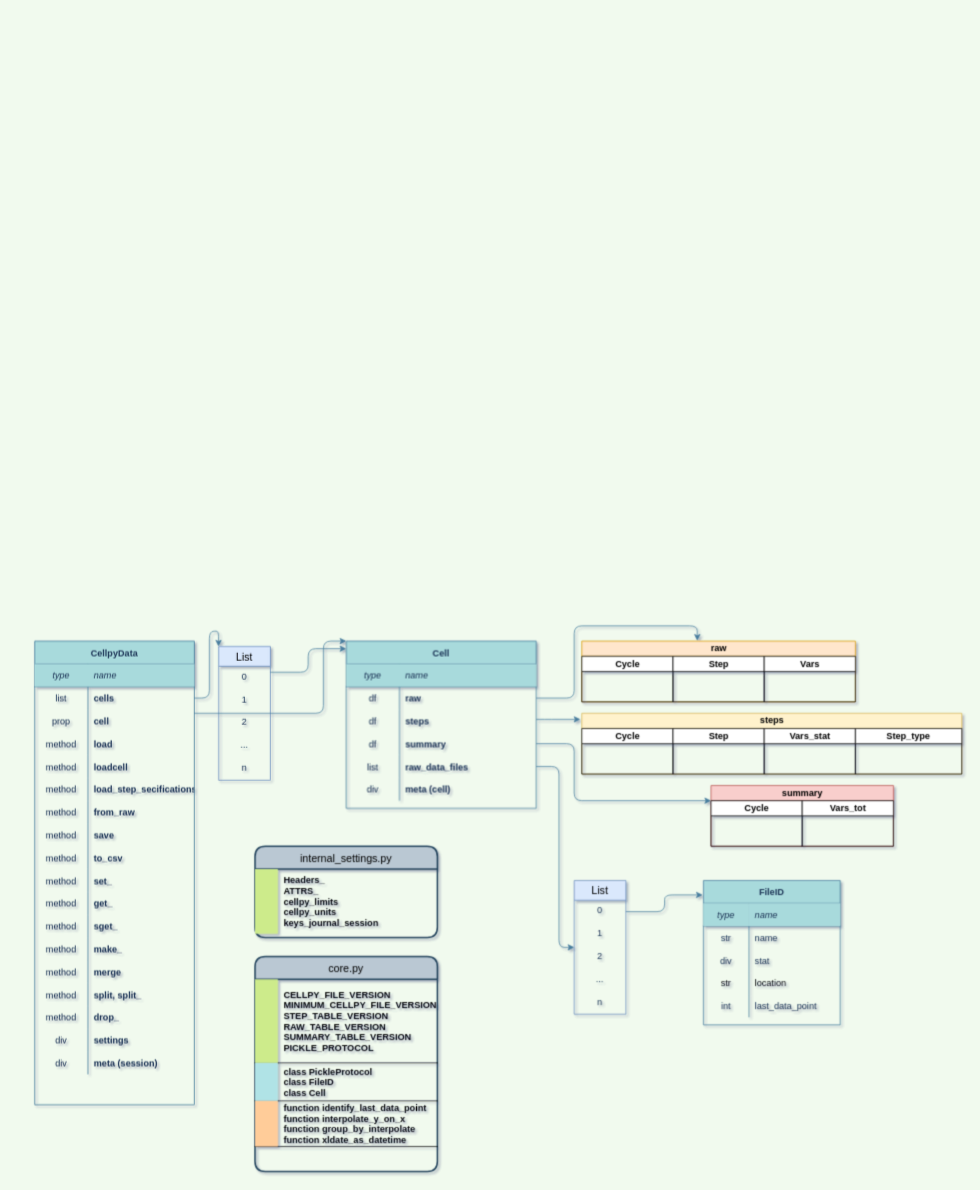
Earlier version of the draw.io diagram cellpy_utils/cellpy-cellpydata-structure.drawio (jepegit/cellpy_utilities). Source tidied: cells renumbered, new cells numbered last; positions are measured from the earlier drawing's top-left corner, leaving out a move shared by most shapes. Both pictures are drawn from the tidied source at 76%, with x=0, y=0 at pixel (34, 625).
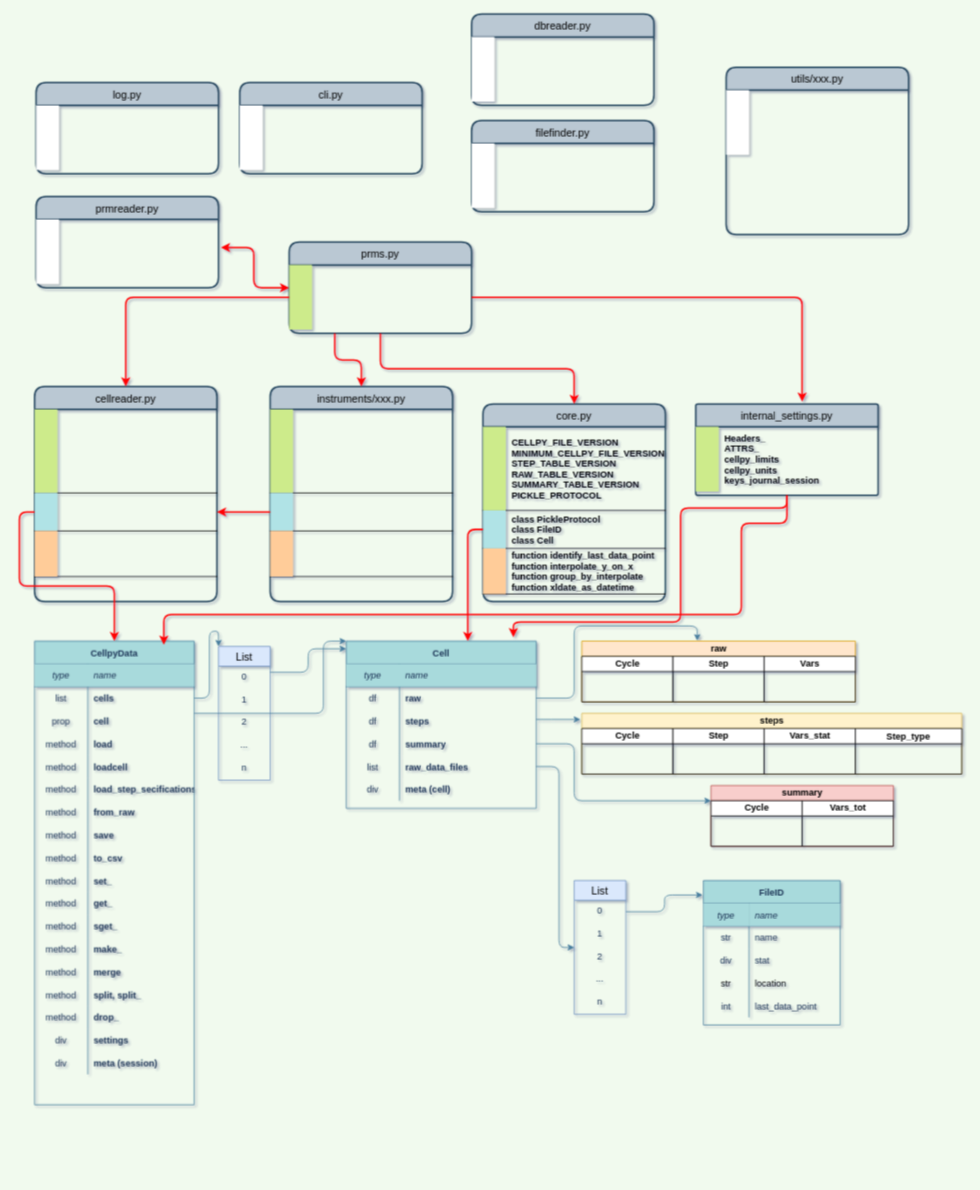
The same page after the edit.

Unchanged cells that the change refers to:
```xml
<mxCell id="2" value="CellpyData" style="shape=table;startSize=30;childLayout=tableLayout;rowLines=0;fontStyle=1;align=center;fillColor=#A8DADC;strokeColor=#457B9D;fontColor=#1D3557;" parent="1" vertex="1">
  <mxGeometry y="20" width="210" height="610" as="geometry" />
</mxCell>
<mxCell id="58" value="Cell" style="shape=table;startSize=30;childLayout=tableLayout;rowLines=0;fontStyle=1;align=center;fillColor=#A8DADC;strokeColor=#457B9D;fontColor=#1D3557;" parent="57" vertex="1">
  <mxGeometry width="250" height="220" as="geometry" />
</mxCell>
<mxCell id="126" style="shape=table;startSize=0;childLayout=tableLayout;rowLines=0;fontStyle=0;align=center;strokeColor=none;fillColor=none;rounded=0;sketch=0;fontColor=#1D3557;" parent="125" vertex="1">
  <mxGeometry y="30" width="240" height="90" as="geometry" />
</mxCell>
<mxCell id="135" style="shape=partialRectangle;fillColor=none;top=0;left=0;bottom=1;right=0;points=[[0,0.5],[1,0.5]];portConstraint=eastwest;" parent="131" vertex="1">
  <mxGeometry y="110" width="240" height="50" as="geometry" />
</mxCell>
```

What changed in the source:
```diff
@@
-    <mxCell id="125" value="internal_settings.py" style="swimlane;horizontal=1;startSize=30;rounded=1;fontSize=14;fontStyle=0;strokeWidth=2;shadow=0;dashed=0;align=center;sketch=0;fillColor=#bac8d3;strokeColor=#23445d;" parent="1" vertex="1">
-      <mxGeometry x="290" y="290" width="240" height="120" as="geometry" />
+    <mxCell id="125" value="internal_settings.py" style="swimlane;horizontal=1;startSize=30;rounded=1;fontSize=14;fontStyle=0;strokeWidth=2;shadow=0;dashed=0;align=center;sketch=0;fillColor=#bac8d3;strokeColor=#23445d;arcSize=3;" parent="1" vertex="1">
+      <mxGeometry x="870" y="-292" width="240" height="120" as="geometry" />
     </mxCell>
@@
     <mxCell id="130" value="core.py" style="swimlane;horizontal=1;startSize=30;rounded=1;fontSize=14;fontStyle=0;strokeWidth=2;shadow=0;dashed=0;align=center;sketch=0;fillColor=#bac8d3;strokeColor=#23445d;" parent="1" vertex="1">
-      <mxGeometry x="290" y="435" width="240" height="283" as="geometry" />
+      <mxGeometry x="590" y="-292" width="240" height="260" as="geometry" />
     </mxCell>
     <mxCell id="131" style="shape=table;startSize=0;childLayout=tableLayout;rowLines=0;fontStyle=0;align=center;strokeColor=none;fillColor=none;rounded=0;sketch=0;fontColor=#1D3557;" parent="130" vertex="1">
-      <mxGeometry y="30" width="240" height="253" as="geometry" />
+      <mxGeometry y="30" width="240" height="230" as="geometry" />
     </mxCell>
@@
+    <mxCell id="141" style="edgeStyle=orthogonalEdgeStyle;curved=0;rounded=1;sketch=0;jettySize=auto;html=1;fillColor=#A8DADC;fontColor=#1D3557;strokeWidth=2;strokeColor=#FF0000;" parent="1" edge="1" source="135" target="58">
+      <mxGeometry relative="1" as="geometry">
+        <Array as="points">
+          <mxPoint x="570" y="-127" />
+        </Array>
+      </mxGeometry>
+    </mxCell>
+    <mxCell id="142" value="cellreader.py" style="swimlane;horizontal=1;startSize=30;rounded=1;fontSize=14;fontStyle=0;strokeWidth=2;shadow=0;dashed=0;align=center;sketch=0;fillColor=#bac8d3;strokeColor=#23445d;" parent="1" vertex="1">
+      <mxGeometry y="-315" width="240" height="283" as="geometry" />
+    </mxCell>
+    <mxCell id="143" style="shape=table;startSize=0;childLayout=tableLayout;rowLines=0;fontStyle=0;align=center;strokeColor=none;fillColor=none;rounded=0;sketch=0;fontColor=#1D3557;" parent="142" vertex="1">
+      <mxGeometry y="30" width="240" height="253" as="geometry" />
+    </mxCell>
+    <mxCell id="144" style="shape=partialRectangle;fillColor=none;top=0;left=0;bottom=1;right=0;" parent="143" vertex="1">
+      <mxGeometry width="240" height="110" as="geometry" />
+    </mxCell>
+    <mxCell id="145" style="shape=partialRectangle;fillColor=#cdeb8b;top=0;left=0;bottom=0;right=0;fontStyle=1;overflow=hidden;strokeColor=#36393d;" parent="144" vertex="1">
+      <mxGeometry width="30" height="110" as="geometry" />
+    </mxCell>
+    <mxCell id="146" style="shape=partialRectangle;fillColor=none;top=0;left=0;bottom=0;right=0;align=left;spacingLeft=6;fontStyle=1;overflow=hidden;" parent="144" vertex="1">
+      <mxGeometry x="30" width="210" height="110" as="geometry" />
+    </mxCell>
+    <mxCell id="147" style="shape=partialRectangle;fillColor=none;top=0;left=0;bottom=1;right=0;points=[[0,0.5],[1,0.5]];portConstraint=eastwest;" parent="143" vertex="1">
+      <mxGeometry y="110" width="240" height="50" as="geometry" />
+    </mxCell>
+    <mxCell id="148" style="shape=partialRectangle;fillColor=#b0e3e6;top=0;left=0;bottom=0;right=0;fontStyle=1;overflow=hidden;strokeColor=#0e8088;" parent="147" vertex="1">
+      <mxGeometry width="30" height="50" as="geometry" />
+    </mxCell>
+    <mxCell id="149" style="shape=partialRectangle;fillColor=none;top=0;left=0;bottom=0;right=0;align=left;spacingLeft=6;fontStyle=1;overflow=hidden;" parent="147" vertex="1">
+      <mxGeometry x="30" width="210" height="50" as="geometry" />
+    </mxCell>
+    <mxCell id="150" style="shape=partialRectangle;fillColor=none;top=0;left=0;bottom=1;right=0;" parent="143" vertex="1">
+      <mxGeometry y="160" width="240" height="60" as="geometry" />
+    </mxCell>
+    <mxCell id="151" style="shape=partialRectangle;fillColor=#ffcc99;top=0;left=0;bottom=0;right=0;fontStyle=1;overflow=hidden;strokeColor=#36393d;" parent="150" vertex="1">
+      <mxGeometry width="30" height="60" as="geometry" />
+    </mxCell>
+    <mxCell id="152" style="shape=partialRectangle;fillColor=none;top=0;left=0;bottom=0;right=0;align=left;spacingLeft=6;fontStyle=1;overflow=hidden;" parent="150" vertex="1">
+      <mxGeometry x="30" width="210" height="60" as="geometry" />
+    </mxCell>
+    <mxCell id="153" style="edgeStyle=orthogonalEdgeStyle;curved=0;rounded=1;sketch=0;jettySize=auto;html=1;entryX=0.81;entryY=0.008;entryDx=0;entryDy=0;entryPerimeter=0;strokeColor=#FF0000;strokeWidth=2;fillColor=#A8DADC;fontColor=#1D3557;exitX=0.5;exitY=1;exitDx=0;exitDy=0;" parent="1" edge="1" source="126" target="2">
+      <mxGeometry relative="1" as="geometry">
+        <Array as="points">
+          <mxPoint x="990" y="-135" />
+          <mxPoint x="930" y="-135" />
+          <mxPoint x="930" y="-15" />
+          <mxPoint x="170" y="-15" />
+        </Array>
+      </mxGeometry>
+    </mxCell>
+    <mxCell id="154" style="edgeStyle=orthogonalEdgeStyle;curved=0;rounded=1;sketch=0;jettySize=auto;html=1;exitX=0.5;exitY=1;exitDx=0;exitDy=0;strokeColor=#FF0000;strokeWidth=2;fillColor=#A8DADC;fontColor=#1D3557;" parent="1" edge="1" source="126">
+      <mxGeometry relative="1" as="geometry">
+        <mxPoint x="630" y="15" as="targetPoint" />
+        <Array as="points">
+          <mxPoint x="990" y="-155" />
+          <mxPoint x="850" y="-155" />
+          <mxPoint x="850" y="-5" />
+          <mxPoint x="630" y="-5" />
+        </Array>
+      </mxGeometry>
+    </mxCell>
+    <mxCell id="155" style="edgeStyle=orthogonalEdgeStyle;curved=0;rounded=1;sketch=0;jettySize=auto;html=1;entryX=1.013;entryY=0.435;entryDx=0;entryDy=0;entryPerimeter=0;strokeColor=#FF0000;strokeWidth=2;fillColor=#A8DADC;fontColor=#1D3557;startArrow=classic;startFill=1;" parent="1" edge="1" source="156" target="180">
+      <mxGeometry relative="1" as="geometry" />
+    </mxCell>
+    <mxCell id="156" value="prms.py" style="swimlane;horizontal=1;startSize=30;rounded=1;fontSize=14;fontStyle=0;strokeWidth=2;shadow=0;dashed=0;align=center;sketch=0;fillColor=#bac8d3;strokeColor=#23445d;" parent="1" vertex="1">
+      <mxGeometry x="335" y="-505" width="240" height="120" as="geometry" />
+    </mxCell>
+    <mxCell id="157" style="shape=table;startSize=0;childLayout=tableLayout;rowLines=0;fontStyle=0;align=center;strokeColor=none;fillColor=none;rounded=0;sketch=0;fontColor=#1D3557;" parent="156" vertex="1">
+      <mxGeometry y="30" width="240" height="90" as="geometry" />
+    </mxCell>
+    <mxCell id="158" style="shape=partialRectangle;fillColor=none;top=0;left=0;bottom=0;right=0;points=[[0,0.5],[1,0.5]];portConstraint=eastwest;" parent="157" vertex="1">
+      <mxGeometry width="240" height="85" as="geometry" />
+    </mxCell>
+    <mxCell id="159" style="shape=partialRectangle;fillColor=#cdeb8b;top=0;left=0;bottom=0;right=0;fontStyle=0;overflow=hidden;strokeColor=#36393d;" parent="158" vertex="1">
+      <mxGeometry width="30" height="85" as="geometry" />
+    </mxCell>
+    <mxCell id="160" style="shape=partialRectangle;fillColor=none;top=0;left=0;bottom=0;right=0;align=left;spacingLeft=6;fontStyle=1;overflow=hidden;" parent="158" vertex="1">
+      <mxGeometry x="30" width="210" height="85" as="geometry" />
+    </mxCell>
+    <mxCell id="161" style="edgeStyle=orthogonalEdgeStyle;curved=0;rounded=1;sketch=0;jettySize=auto;html=1;entryX=0.5;entryY=0;entryDx=0;entryDy=0;strokeColor=#FF0000;strokeWidth=2;fillColor=#A8DADC;fontColor=#1D3557;" parent="1" edge="1" source="158" target="142">
+      <mxGeometry relative="1" as="geometry" />
+    </mxCell>
+    <mxCell id="162" style="edgeStyle=orthogonalEdgeStyle;curved=0;rounded=1;sketch=0;jettySize=auto;html=1;exitX=0.5;exitY=1;exitDx=0;exitDy=0;entryX=0.5;entryY=0;entryDx=0;entryDy=0;strokeColor=#FF0000;strokeWidth=2;fillColor=#A8DADC;fontColor=#1D3557;" parent="1" edge="1" source="157" target="130">
+      <mxGeometry relative="1" as="geometry" />
+    </mxCell>
+    <mxCell id="163" style="edgeStyle=orthogonalEdgeStyle;curved=0;rounded=1;sketch=0;jettySize=auto;html=1;exitX=1;exitY=0.5;exitDx=0;exitDy=0;entryX=0.583;entryY=-0.025;entryDx=0;entryDy=0;entryPerimeter=0;strokeColor=#FF0000;strokeWidth=2;fillColor=#A8DADC;fontColor=#1D3557;" parent="1" edge="1" source="158" target="125">
+      <mxGeometry relative="1" as="geometry" />
+    </mxCell>
+    <mxCell id="164" value="instruments/xxx.py" style="swimlane;horizontal=1;startSize=30;rounded=1;fontSize=14;fontStyle=0;strokeWidth=2;shadow=0;dashed=0;align=center;sketch=0;fillColor=#bac8d3;strokeColor=#23445d;" parent="1" vertex="1">
+      <mxGeometry x="310" y="-315" width="240" height="283" as="geometry" />
+    </mxCell>
+    <mxCell id="165" style="shape=table;startSize=0;childLayout=tableLayout;rowLines=0;fontStyle=0;align=center;strokeColor=none;fillColor=none;rounded=0;sketch=0;fontColor=#1D3557;" parent="164" vertex="1">
+      <mxGeometry y="30" width="240" height="253" as="geometry" />
+    </mxCell>
+    <mxCell id="166" style="shape=partialRectangle;fillColor=none;top=0;left=0;bottom=1;right=0;" parent="165" vertex="1">
+      <mxGeometry width="240" height="110" as="geometry" />
+    </mxCell>
+    <mxCell id="167" style="shape=partialRectangle;fillColor=#cdeb8b;top=0;left=0;bottom=0;right=0;fontStyle=1;overflow=hidden;strokeColor=#36393d;" parent="166" vertex="1">
+      <mxGeometry width="30" height="110" as="geometry" />
+    </mxCell>
+    <mxCell id="168" style="shape=partialRectangle;fillColor=none;top=0;left=0;bottom=0;right=0;align=left;spacingLeft=6;fontStyle=1;overflow=hidden;" parent="166" vertex="1">
+      <mxGeometry x="30" width="210" height="110" as="geometry" />
+    </mxCell>
+    <mxCell id="169" style="shape=partialRectangle;fillColor=none;top=0;left=0;bottom=1;right=0;points=[[0,0.5],[1,0.5]];portConstraint=eastwest;" parent="165" vertex="1">
+      <mxGeometry y="110" width="240" height="50" as="geometry" />
+    </mxCell>
+    <mxCell id="170" style="shape=partialRectangle;fillColor=#b0e3e6;top=0;left=0;bottom=0;right=0;fontStyle=1;overflow=hidden;strokeColor=#0e8088;" parent="169" vertex="1">
+      <mxGeometry width="30" height="50" as="geometry" />
+    </mxCell>
+    <mxCell id="171" style="shape=partialRectangle;fillColor=none;top=0;left=0;bottom=0;right=0;align=left;spacingLeft=6;fontStyle=1;overflow=hidden;" parent="169" vertex="1">
+      <mxGeometry x="30" width="210" height="50" as="geometry" />
+    </mxCell>
+    <mxCell id="172" style="shape=partialRectangle;fillColor=none;top=0;left=0;bottom=1;right=0;" parent="165" vertex="1">
+      <mxGeometry y="160" width="240" height="60" as="geometry" />
+    </mxCell>
+    <mxCell id="173" style="shape=partialRectangle;fillColor=#ffcc99;top=0;left=0;bottom=0;right=0;fontStyle=1;overflow=hidden;strokeColor=#36393d;" parent="172" vertex="1">
+      <mxGeometry width="30" height="60" as="geometry" />
+    </mxCell>
+    <mxCell id="174" style="shape=partialRectangle;fillColor=none;top=0;left=0;bottom=0;right=0;align=left;spacingLeft=6;fontStyle=1;overflow=hidden;" parent="172" vertex="1">
+      <mxGeometry x="30" width="210" height="60" as="geometry" />
+    </mxCell>
+    <mxCell id="175" style="edgeStyle=orthogonalEdgeStyle;curved=0;rounded=1;sketch=0;jettySize=auto;html=1;exitX=0.25;exitY=1;exitDx=0;exitDy=0;entryX=0.5;entryY=0;entryDx=0;entryDy=0;strokeColor=#FF0000;strokeWidth=2;fillColor=#A8DADC;fontColor=#1D3557;" parent="1" edge="1" source="157" target="164">
+      <mxGeometry relative="1" as="geometry" />
+    </mxCell>
+    <mxCell id="176" style="edgeStyle=orthogonalEdgeStyle;curved=0;rounded=1;sketch=0;jettySize=auto;html=1;entryX=1;entryY=0.5;entryDx=0;entryDy=0;strokeColor=#FF0000;strokeWidth=2;fillColor=#A8DADC;fontColor=#1D3557;" parent="1" edge="1" source="169" target="147">
+      <mxGeometry relative="1" as="geometry" />
+    </mxCell>
+    <mxCell id="177" style="edgeStyle=orthogonalEdgeStyle;curved=0;rounded=1;sketch=0;jettySize=auto;html=1;strokeColor=#FF0000;strokeWidth=2;fillColor=#A8DADC;fontColor=#1D3557;" parent="1" edge="1" source="147" target="2">
+      <mxGeometry relative="1" as="geometry" />
+    </mxCell>
+    <mxCell id="178" value="prmreader.py" style="swimlane;horizontal=1;startSize=30;rounded=1;fontSize=14;fontStyle=0;strokeWidth=2;shadow=0;dashed=0;align=center;sketch=0;fillColor=#bac8d3;strokeColor=#23445d;" parent="1" vertex="1">
+      <mxGeometry x="2" y="-565" width="240" height="120" as="geometry" />
+    </mxCell>
+    <mxCell id="179" style="shape=table;startSize=0;childLayout=tableLayout;rowLines=0;fontStyle=0;align=center;strokeColor=none;fillColor=none;rounded=0;sketch=0;fontColor=#1D3557;" parent="178" vertex="1">
+      <mxGeometry y="30" width="240" height="90" as="geometry" />
+    </mxCell>
+    <mxCell id="180" style="shape=partialRectangle;fillColor=none;top=0;left=0;bottom=0;right=0;points=[[0,0.5],[1,0.5]];portConstraint=eastwest;" parent="179" vertex="1">
+      <mxGeometry width="240" height="85" as="geometry" />
+    </mxCell>
+    <mxCell id="181" style="shape=partialRectangle;top=0;left=0;bottom=0;right=0;fontStyle=0;overflow=hidden;" parent="180" vertex="1">
+      <mxGeometry width="30" height="85" as="geometry" />
+    </mxCell>
+    <mxCell id="182" style="shape=partialRectangle;fillColor=none;top=0;left=0;bottom=0;right=0;align=left;spacingLeft=6;fontStyle=1;overflow=hidden;" parent="180" vertex="1">
+      <mxGeometry x="30" width="210" height="85" as="geometry" />
+    </mxCell>
+    <mxCell id="183" value="log.py" style="swimlane;horizontal=1;startSize=30;rounded=1;fontSize=14;fontStyle=0;strokeWidth=2;shadow=0;dashed=0;align=center;sketch=0;fillColor=#bac8d3;strokeColor=#23445d;" parent="1" vertex="1">
+      <mxGeometry x="2" y="-715" width="240" height="120" as="geometry" />
+    </mxCell>
+    <mxCell id="184" style="shape=table;startSize=0;childLayout=tableLayout;rowLines=0;fontStyle=0;align=center;strokeColor=none;fillColor=none;rounded=0;sketch=0;fontColor=#1D3557;" parent="183" vertex="1">
+      <mxGeometry y="30" width="240" height="90" as="geometry" />
+    </mxCell>
+    <mxCell id="185" style="shape=partialRectangle;fillColor=none;top=0;left=0;bottom=0;right=0;" parent="184" vertex="1">
+      <mxGeometry width="240" height="85" as="geometry" />
+    </mxCell>
+    <mxCell id="186" style="shape=partialRectangle;top=0;left=0;bottom=0;right=0;fontStyle=0;overflow=hidden;" parent="185" vertex="1">
+      <mxGeometry width="30" height="85" as="geometry" />
+    </mxCell>
+    <mxCell id="187" style="shape=partialRectangle;fillColor=none;top=0;left=0;bottom=0;right=0;align=left;spacingLeft=6;fontStyle=1;overflow=hidden;" parent="185" vertex="1">
+      <mxGeometry x="30" width="210" height="85" as="geometry" />
+    </mxCell>
+    <mxCell id="188" value="cli.py" style="swimlane;horizontal=1;startSize=30;rounded=1;fontSize=14;fontStyle=0;strokeWidth=2;shadow=0;dashed=0;align=center;sketch=0;fillColor=#bac8d3;strokeColor=#23445d;" parent="1" vertex="1">
+      <mxGeometry x="270" y="-715" width="240" height="120" as="geometry" />
+    </mxCell>
+    <mxCell id="189" style="shape=table;startSize=0;childLayout=tableLayout;rowLines=0;fontStyle=0;align=center;strokeColor=none;fillColor=none;rounded=0;sketch=0;fontColor=#1D3557;" parent="188" vertex="1">
+      <mxGeometry y="30" width="240" height="90" as="geometry" />
+    </mxCell>
+    <mxCell id="190" style="shape=partialRectangle;fillColor=none;top=0;left=0;bottom=0;right=0;" parent="189" vertex="1">
+      <mxGeometry width="240" height="85" as="geometry" />
+    </mxCell>
+    <mxCell id="191" style="shape=partialRectangle;top=0;left=0;bottom=0;right=0;fontStyle=0;overflow=hidden;" parent="190" vertex="1">
+      <mxGeometry width="30" height="85" as="geometry" />
+    </mxCell>
+    <mxCell id="192" style="shape=partialRectangle;fillColor=none;top=0;left=0;bottom=0;right=0;align=left;spacingLeft=6;fontStyle=1;overflow=hidden;" parent="190" vertex="1">
+      <mxGeometry x="30" width="210" height="85" as="geometry" />
+    </mxCell>
+    <mxCell id="193" value="utils/xxx.py" style="swimlane;horizontal=1;startSize=30;rounded=1;fontSize=14;fontStyle=0;strokeWidth=2;shadow=0;dashed=0;align=center;sketch=0;fillColor=#bac8d3;strokeColor=#23445d;" parent="1" vertex="1">
+      <mxGeometry x="910" y="-735" width="240" height="220" as="geometry" />
+    </mxCell>
+    <mxCell id="194" style="shape=table;startSize=0;childLayout=tableLayout;rowLines=0;fontStyle=0;align=center;strokeColor=none;fillColor=none;rounded=0;sketch=0;fontColor=#1D3557;" parent="193" vertex="1">
+      <mxGeometry y="30" width="240" height="190" as="geometry" />
+    </mxCell>
+    <mxCell id="195" style="shape=partialRectangle;fillColor=none;top=0;left=0;bottom=0;right=0;" parent="194" vertex="1">
+      <mxGeometry width="240" height="85" as="geometry" />
+    </mxCell>
+    <mxCell id="196" style="shape=partialRectangle;top=0;left=0;bottom=0;right=0;fontStyle=0;overflow=hidden;" parent="195" vertex="1">
+      <mxGeometry width="30" height="85" as="geometry" />
+    </mxCell>
+    <mxCell id="197" style="shape=partialRectangle;fillColor=none;top=0;left=0;bottom=0;right=0;align=left;spacingLeft=6;fontStyle=1;overflow=hidden;" parent="195" vertex="1">
+      <mxGeometry x="30" width="210" height="85" as="geometry" />
+    </mxCell>
+    <mxCell id="198" value="dbreader.py" style="swimlane;horizontal=1;startSize=30;rounded=1;fontSize=14;fontStyle=0;strokeWidth=2;shadow=0;dashed=0;align=center;sketch=0;fillColor=#bac8d3;strokeColor=#23445d;" parent="1" vertex="1">
+      <mxGeometry x="575" y="-805" width="240" height="120" as="geometry" />
+    </mxCell>
+    <mxCell id="199" style="shape=table;startSize=0;childLayout=tableLayout;rowLines=0;fontStyle=0;align=center;strokeColor=none;fillColor=none;rounded=0;sketch=0;fontColor=#1D3557;" parent="198" vertex="1">
+      <mxGeometry y="30" width="240" height="90" as="geometry" />
+    </mxCell>
+    <mxCell id="200" style="shape=partialRectangle;fillColor=none;top=0;left=0;bottom=0;right=0;" parent="199" vertex="1">
+      <mxGeometry width="240" height="85" as="geometry" />
+    </mxCell>
+    <mxCell id="201" style="shape=partialRectangle;top=0;left=0;bottom=0;right=0;fontStyle=0;overflow=hidden;" parent="200" vertex="1">
+      <mxGeometry width="30" height="85" as="geometry" />
+    </mxCell>
+    <mxCell id="202" style="shape=partialRectangle;fillColor=none;top=0;left=0;bottom=0;right=0;align=left;spacingLeft=6;fontStyle=1;overflow=hidden;" parent="200" vertex="1">
+      <mxGeometry x="30" width="210" height="85" as="geometry" />
+    </mxCell>
+    <mxCell id="203" value="filefinder.py" style="swimlane;horizontal=1;startSize=30;rounded=1;fontSize=14;fontStyle=0;strokeWidth=2;shadow=0;dashed=0;align=center;sketch=0;fillColor=#bac8d3;strokeColor=#23445d;" parent="1" vertex="1">
+      <mxGeometry x="575" y="-665" width="240" height="120" as="geometry" />
+    </mxCell>
+    <mxCell id="204" style="shape=table;startSize=0;childLayout=tableLayout;rowLines=0;fontStyle=0;align=center;strokeColor=none;fillColor=none;rounded=0;sketch=0;fontColor=#1D3557;" parent="203" vertex="1">
+      <mxGeometry y="30" width="240" height="90" as="geometry" />
+    </mxCell>
+    <mxCell id="205" style="shape=partialRectangle;fillColor=none;top=0;left=0;bottom=0;right=0;" parent="204" vertex="1">
+      <mxGeometry width="240" height="85" as="geometry" />
+    </mxCell>
+    <mxCell id="206" style="shape=partialRectangle;top=0;left=0;bottom=0;right=0;fontStyle=0;overflow=hidden;" parent="205" vertex="1">
+      <mxGeometry width="30" height="85" as="geometry" />
+    </mxCell>
+    <mxCell id="207" style="shape=partialRectangle;fillColor=none;top=0;left=0;bottom=0;right=0;align=left;spacingLeft=6;fontStyle=1;overflow=hidden;" parent="205" vertex="1">
+      <mxGeometry x="30" width="210" height="85" as="geometry" />
+    </mxCell>
```
